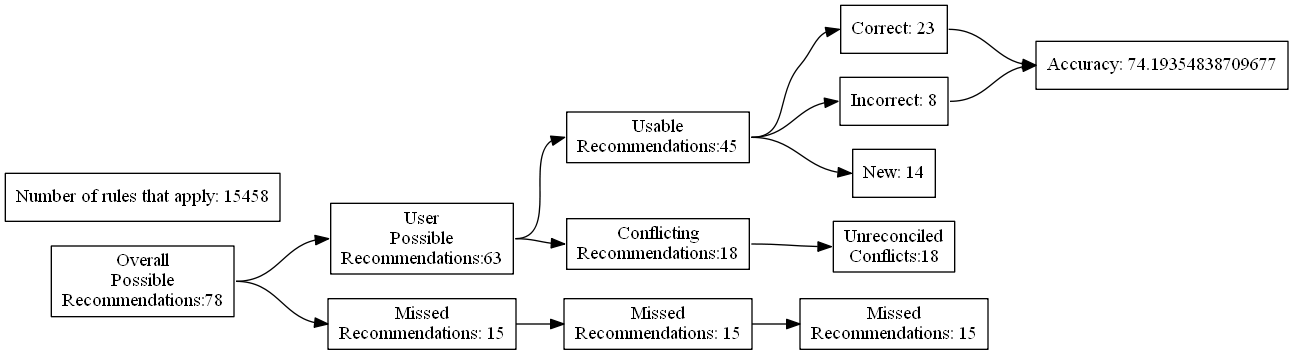
This is test_renders/16.gv.png from ZaxR/ibd_diet_analysis, a Graphviz export, as it was before one commit. Its source is kept beside it as test_renders/16.gv.
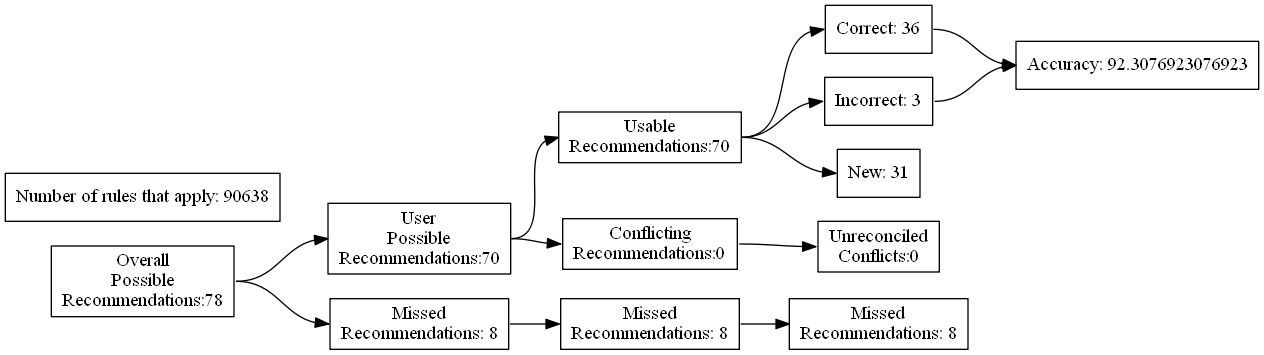
After the change.

What changed in the source:
```diff
@@ -7,24 +7,24 @@
 Recommendations:78"]
 		B [label="User
 Possible
-Recommendations:63"]
+Recommendations:70"]
 		C [label="Missed
-Recommendations: 15"]
+Recommendations: 8"]
 		D [label="Usable
-Recommendations:45"]
+Recommendations:70"]
 		E [label="Conflicting
-Recommendations:18"]
+Recommendations:0"]
 		J [label="Missed
-Recommendations: 15"]
+Recommendations: 8"]
 		M [label="Unreconciled
-Conflicts:18"]
-		F [label="Correct: 23"]
-		G [label="Incorrect: 8"]
-		H [label="New: 14"]
+Conflicts:0"]
+		F [label="Correct: 36"]
+		G [label="Incorrect: 3"]
+		H [label="New: 31"]
 		K [label="Missed
-Recommendations: 15"]
-		I [label="Accuracy: 74.19354838709677"]
-		l [label="Number of rules that apply: 15458"]
+Recommendations: 8"]
+		I [label="Accuracy: 92.3076923076923"]
+		l [label="Number of rules that apply: 90638"]
 			A -> B
 			A -> C
 			B -> D
```
